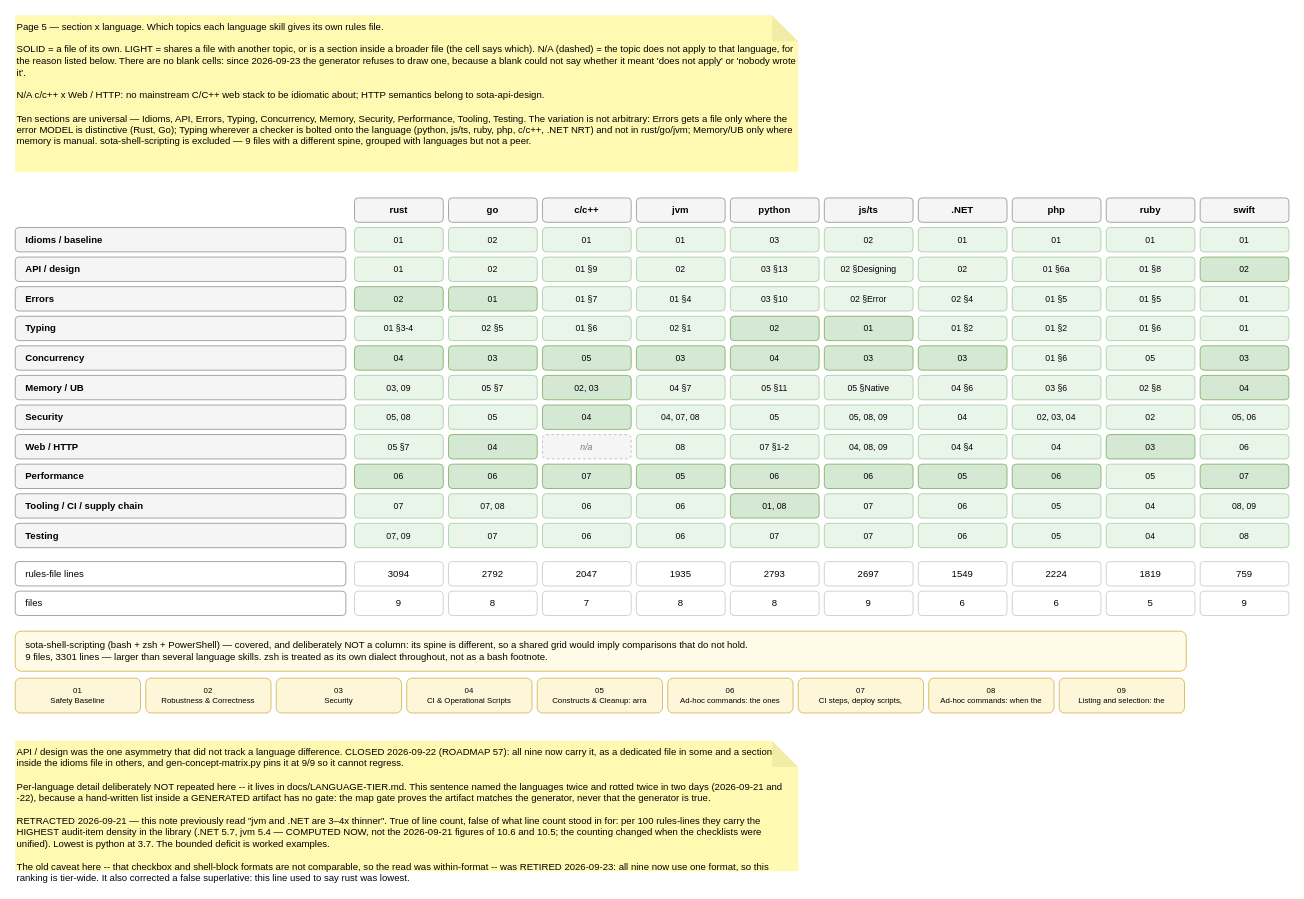
Earlier version of the draw.io diagram page "5 · Section x language" (5 of 8) of docs/skill-map.drawio (martinholovsky/SOTA-skills). Source tidied: cells renumbered, new cells numbered last; positions are measured from the earlier drawing's top-left corner, leaving out a move shared by most shapes. Both pictures are drawn from the tidied source at 87%, with x=0, y=0 at pixel (15, 15).
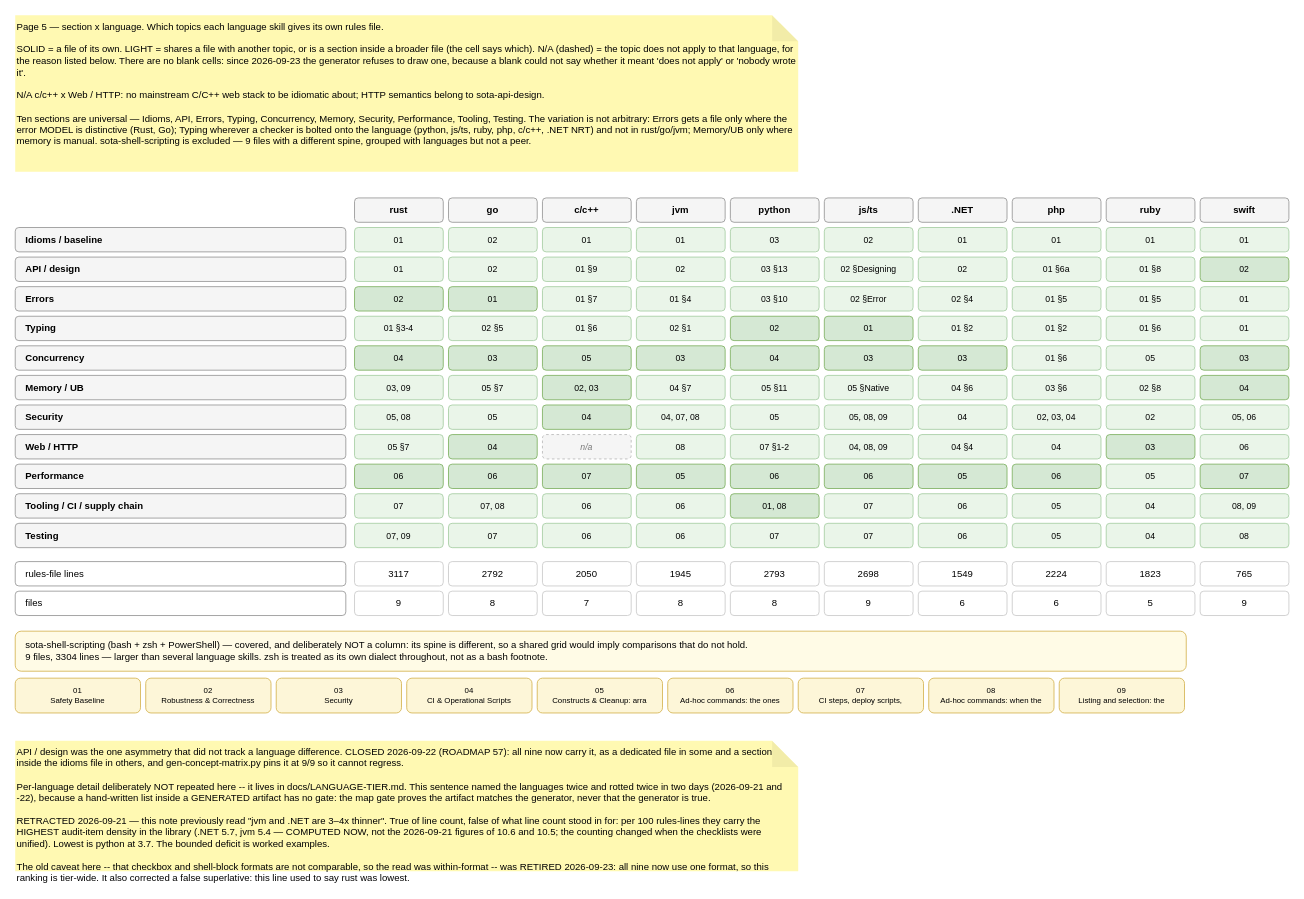
Above is the later version.

What changed in the source:
```diff
@@
-    <mxCell id="135" value="3094" style="rounded=1;whiteSpace=wrap;html=1;fontSize=11;fillColor=#ffffff;strokeColor=#cccccc;fontSize=11;" parent="1" vertex="1">
+    <mxCell id="135" value="3117" style="rounded=1;whiteSpace=wrap;html=1;fontSize=11;fillColor=#ffffff;strokeColor=#cccccc;fontSize=11;" parent="1" vertex="1">
       <mxGeometry x="390" y="628" width="102" height="28" as="geometry" />
     </mxCell>
@@
-    <mxCell id="137" value="2047" style="rounded=1;whiteSpace=wrap;html=1;fontSize=11;fillColor=#ffffff;strokeColor=#cccccc;fontSize=11;" parent="1" vertex="1">
+    <mxCell id="137" value="2050" style="rounded=1;whiteSpace=wrap;html=1;fontSize=11;fillColor=#ffffff;strokeColor=#cccccc;fontSize=11;" parent="1" vertex="1">
       <mxGeometry x="606" y="628" width="102" height="28" as="geometry" />
     </mxCell>
-    <mxCell id="138" value="1935" style="rounded=1;whiteSpace=wrap;html=1;fontSize=11;fillColor=#ffffff;strokeColor=#cccccc;fontSize=11;" parent="1" vertex="1">
+    <mxCell id="138" value="1945" style="rounded=1;whiteSpace=wrap;html=1;fontSize=11;fillColor=#ffffff;strokeColor=#cccccc;fontSize=11;" parent="1" vertex="1">
       <mxGeometry x="714" y="628" width="102" height="28" as="geometry" />
     </mxCell>
@@
-    <mxCell id="140" value="2697" style="rounded=1;whiteSpace=wrap;html=1;fontSize=11;fillColor=#ffffff;strokeColor=#cccccc;fontSize=11;" parent="1" vertex="1">
+    <mxCell id="140" value="2698" style="rounded=1;whiteSpace=wrap;html=1;fontSize=11;fillColor=#ffffff;strokeColor=#cccccc;fontSize=11;" parent="1" vertex="1">
       <mxGeometry x="930" y="628" width="102" height="28" as="geometry" />
     </mxCell>
@@
-    <mxCell id="143" value="1819" style="rounded=1;whiteSpace=wrap;html=1;fontSize=11;fillColor=#ffffff;strokeColor=#cccccc;fontSize=11;" parent="1" vertex="1">
+    <mxCell id="143" value="1823" style="rounded=1;whiteSpace=wrap;html=1;fontSize=11;fillColor=#ffffff;strokeColor=#cccccc;fontSize=11;" parent="1" vertex="1">
       <mxGeometry x="1254" y="628" width="102" height="28" as="geometry" />
     </mxCell>
-    <mxCell id="144" value="759" style="rounded=1;whiteSpace=wrap;html=1;fontSize=11;fillColor=#ffffff;strokeColor=#cccccc;fontSize=11;" parent="1" vertex="1">
+    <mxCell id="144" value="765" style="rounded=1;whiteSpace=wrap;html=1;fontSize=11;fillColor=#ffffff;strokeColor=#cccccc;fontSize=11;" parent="1" vertex="1">
       <mxGeometry x="1362" y="628" width="102" height="28" as="geometry" />
     </mxCell>
@@
-    <mxCell id="156" value="sota-shell-scripting (bash + zsh + PowerShell) — covered, and deliberately NOT a column: its spine is different, so a shared grid would imply comparisons that do not hold.&lt;br&gt;9 files, 3301 lines — larger than several language skills. zsh is treated as its own dialect throughout, not as a bash footnote." style="rounded=1;whiteSpace=wrap;html=1;fontSize=11;fillColor=#fffbe6;strokeColor=#d6b656;align=left;spacingLeft=10;verticalAlign=middle;fontSize=11;" parent="1" vertex="1">
+    <mxCell id="156" value="sota-shell-scripting (bash + zsh + PowerShell) — covered, and deliberately NOT a column: its spine is different, so a shared grid would imply comparisons that do not hold.&lt;br&gt;9 files, 3304 lines — larger than several language skills. zsh is treated as its own dialect throughout, not as a bash footnote." style="rounded=1;whiteSpace=wrap;html=1;fontSize=11;fillColor=#fffbe6;strokeColor=#d6b656;align=left;spacingLeft=10;verticalAlign=middle;fontSize=11;" parent="1" vertex="1">
       <mxGeometry y="708" width="1346" height="46" as="geometry" />
     </mxCell>
```
